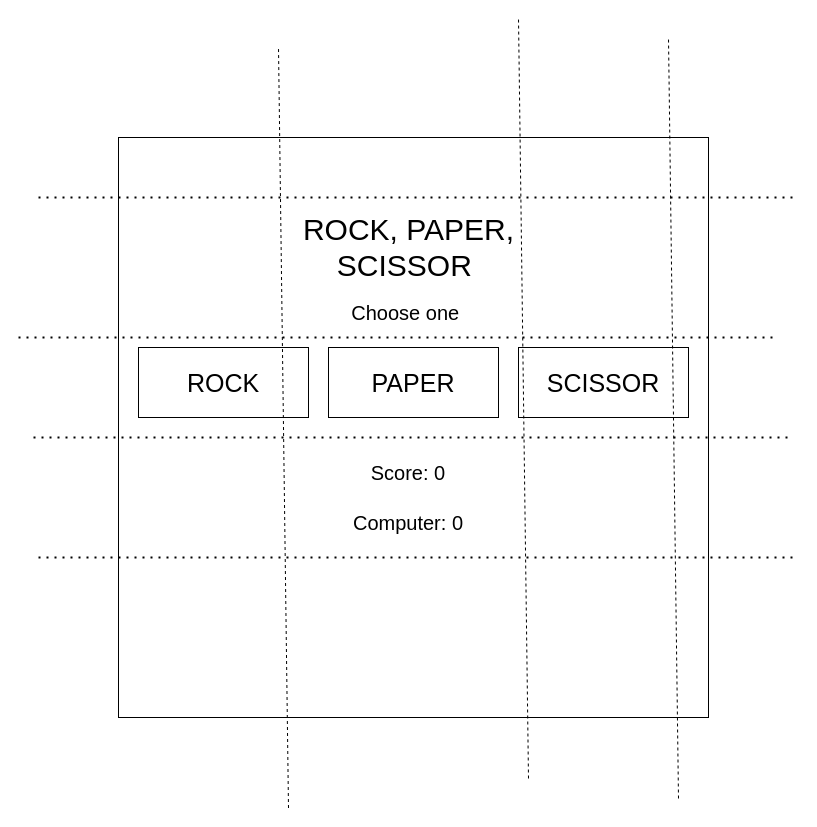
MAL-13DGT-2025/tkinter-projects-BenjaminTgvgh keeps this draw.io diagram as RockPaper.drawio. Above is the earlier version. Source tidied: cells renumbered, new cells numbered last; positions are measured from the earlier drawing's top-left corner, leaving out a move shared by most shapes. Both pictures are drawn from the tidied source at 100%, with x=0, y=0 at pixel (18, 17).
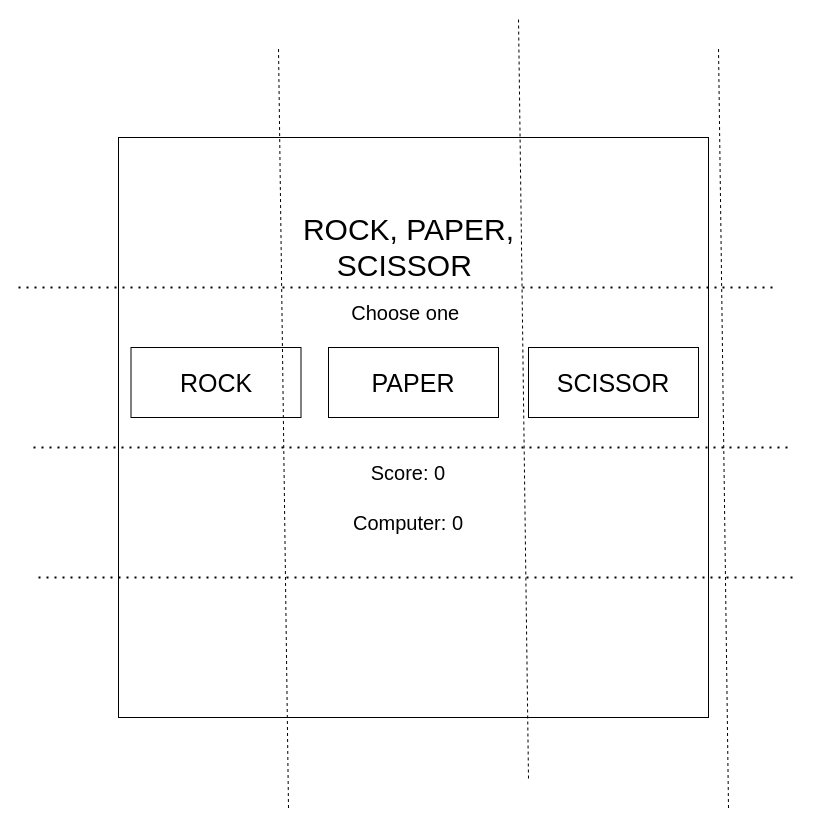
The same diagram, later.

What changed in the source:
```diff
@@
     <mxCell id="4" value="&lt;font style=&quot;font-size: 25px;&quot;&gt;SCISSOR&lt;/font&gt;" style="rounded=0;whiteSpace=wrap;html=1;" parent="1" vertex="1">
-      <mxGeometry x="500" y="330" width="170" height="70" as="geometry" />
+      <mxGeometry x="510" y="330" width="170" height="70" as="geometry" />
     </mxCell>
     <mxCell id="5" value="&lt;font style=&quot;font-size: 25px;&quot;&gt;ROCK&lt;/font&gt;" style="rounded=0;whiteSpace=wrap;html=1;" parent="1" vertex="1">
-      <mxGeometry x="120" y="330" width="170" height="70" as="geometry" />
+      <mxGeometry x="112.5" y="330" width="170" height="70" as="geometry" />
     </mxCell>
@@
     <mxCell id="12" style="endArrow=none;dashed=1;html=1;" parent="1" edge="1">
       <mxGeometry relative="1" as="geometry">
-        <mxPoint x="660" y="781" as="sourcePoint" />
-        <mxPoint x="650" y="20" as="targetPoint" />
+        <mxPoint x="710" y="790.5" as="sourcePoint" />
+        <mxPoint x="700" y="29.5" as="targetPoint" />
       </mxGeometry>
     </mxCell>
-    <mxCell id="13" style="endArrow=none;dashed=1;html=1;dashPattern=1 3;strokeWidth=2;" parent="1" edge="1">
-      <mxGeometry relative="1" as="geometry">
-        <mxPoint x="20" y="180" as="sourcePoint" />
-        <mxPoint x="780" y="180" as="targetPoint" />
-      </mxGeometry>
-    </mxCell>
     <mxCell id="14" style="endArrow=none;dashed=1;html=1;dashPattern=1 3;strokeWidth=2;" parent="1" edge="1">
       <mxGeometry relative="1" as="geometry">
-        <mxPoint y="320" as="sourcePoint" />
-        <mxPoint x="760" y="320" as="targetPoint" />
+        <mxPoint y="270" as="sourcePoint" />
+        <mxPoint x="760" y="270" as="targetPoint" />
       </mxGeometry>
     </mxCell>
     <mxCell id="15" style="endArrow=none;dashed=1;html=1;dashPattern=1 3;strokeWidth=2;" parent="1" edge="1">
       <mxGeometry relative="1" as="geometry">
-        <mxPoint x="15" y="420" as="sourcePoint" />
-        <mxPoint x="775" y="420" as="targetPoint" />
+        <mxPoint x="15" y="430" as="sourcePoint" />
+        <mxPoint x="775" y="430" as="targetPoint" />
       </mxGeometry>
     </mxCell>
     <mxCell id="16" style="endArrow=none;dashed=1;html=1;dashPattern=1 3;strokeWidth=2;" parent="1" edge="1">
       <mxGeometry relative="1" as="geometry">
-        <mxPoint x="20" y="540" as="sourcePoint" />
-        <mxPoint x="780" y="540" as="targetPoint" />
+        <mxPoint x="20" y="560" as="sourcePoint" />
+        <mxPoint x="780" y="560" as="targetPoint" />
       </mxGeometry>
     </mxCell>
```
